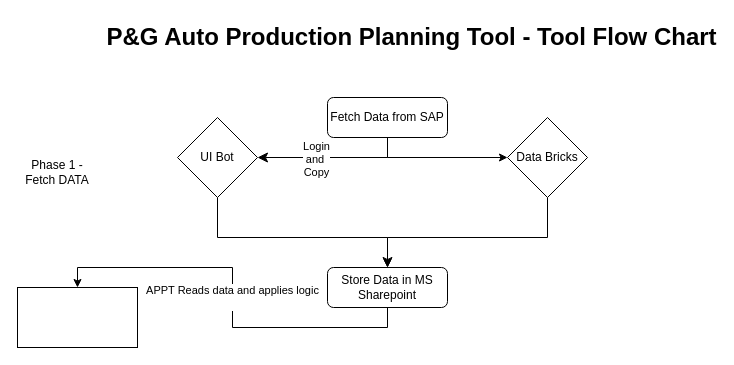
Earlier version of the draw.io diagram PG-APPT.drawio (Aetheradix/PG-AutoProdTool). Source tidied: cells renumbered, new cells numbered last; positions are measured from the earlier drawing's top-left corner, leaving out a move shared by most shapes. Both pictures are drawn from the tidied source at 100%, with x=0, y=0 at pixel (17, 17).
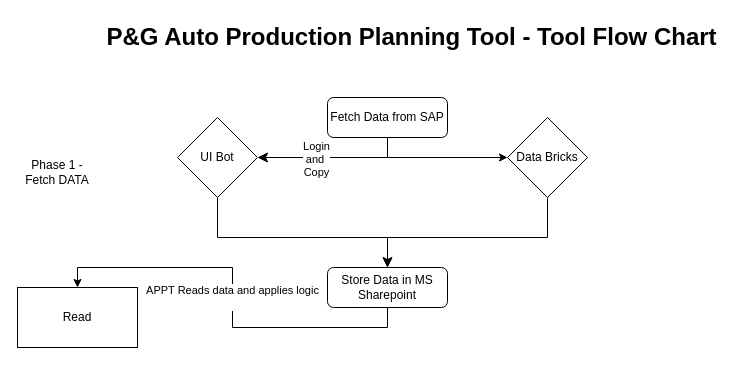
The same diagram, later.

Commit message:
Add label 'Read' to diagram cell

Updated the PG-APPT.drawio file to add the label 'Read' to a previously unlabeled cell, improving clarity in the diagram.

Change to the diagram source:
```diff
@@
 <mxGraphModel>
   <root>
     <mxCell id="0" />
     <mxCell id="1" parent="0" />
     <mxCell id="2" style="rounded=0;html=1;jettySize=auto;fontSize=11;endArrow=classic;endFill=1;endSize=8;strokeWidth=1;shadow=0;labelBackgroundColor=none;edgeStyle=orthogonalEdgeStyle;entryX=0.5;entryY=0;entryDx=0;entryDy=0;" parent="1" edge="1" source="9" target="13">
       <mxGeometry relative="1" as="geometry">
         <Array as="points">
           <mxPoint x="200" y="220" />
           <mxPoint x="370" y="220" />
         </Array>
       </mxGeometry>
     </mxCell>
     <mxCell id="3" style="edgeStyle=orthogonalEdgeStyle;rounded=0;jettySize=auto;html=1;exitX=0.5;exitY=1;exitDx=0;exitDy=0;entryX=0;entryY=0.5;entryDx=0;entryDy=0;" parent="1" edge="1" source="4" target="11">
       <mxGeometry relative="1" as="geometry" />
     </mxCell>
     <mxCell id="4" value="Fetch Data from SAP" style="rounded=1;whiteSpace=wrap;html=1;fontSize=12;glass=0;strokeWidth=1;shadow=0;" parent="1" vertex="1">
       <mxGeometry x="310" y="80" width="120" height="40" as="geometry" />
     </mxCell>
     <mxCell id="5" value="P&amp;amp;G Auto Production Planning Tool - Tool Flow Chart" style="text;strokeColor=none;fillColor=none;html=1;fontSize=24;fontStyle=1;verticalAlign=middle;align=center;" parent="1" vertex="1">
       <mxGeometry x="344" width="100" height="40" as="geometry" />
     </mxCell>
     <mxCell id="6" value="Phase 1 - Fetch DATA" style="text;html=1;whiteSpace=wrap;strokeColor=none;fillColor=none;align=center;verticalAlign=middle;rounded=0;" parent="1" vertex="1">
       <mxGeometry y="140" width="80" height="30" as="geometry" />
     </mxCell>
     <mxCell id="7" style="rounded=0;html=1;jettySize=auto;fontSize=11;endArrow=classic;endFill=1;endSize=8;strokeWidth=1;shadow=0;labelBackgroundColor=none;edgeStyle=orthogonalEdgeStyle;" parent="1" edge="1" source="4" target="9">
       <mxGeometry relative="1" as="geometry">
         <Array as="points">
           <mxPoint x="370" y="140" />
         </Array>
       </mxGeometry>
     </mxCell>
     <mxCell id="8" value="Login&lt;div&gt;and&amp;nbsp;&lt;/div&gt;&lt;div&gt;Copy&lt;/div&gt;" style="edgeLabel;html=1;align=center;verticalAlign=middle;" parent="7" vertex="1">
       <mxGeometry x="0.23" y="1" relative="1" as="geometry" />
     </mxCell>
     <mxCell id="9" value="UI Bot" style="rhombus;whiteSpace=wrap;html=1;" parent="1" vertex="1">
       <mxGeometry x="160" y="100" width="80" height="80" as="geometry" />
     </mxCell>
     <mxCell id="10" style="edgeStyle=orthogonalEdgeStyle;rounded=0;jettySize=auto;html=1;entryX=0.5;entryY=0;entryDx=0;entryDy=0;endArrow=classic;endFill=1;" parent="1" edge="1" source="11" target="13">
       <mxGeometry relative="1" as="geometry">
         <Array as="points">
           <mxPoint x="530" y="220" />
           <mxPoint x="370" y="220" />
         </Array>
       </mxGeometry>
     </mxCell>
     <mxCell id="11" value="Data Bricks" style="rhombus;whiteSpace=wrap;html=1;" parent="1" vertex="1">
       <mxGeometry x="490" y="100" width="80" height="80" as="geometry" />
     </mxCell>
     <mxCell id="12" value="APPT Reads data and applies logic&lt;div&gt;&lt;br&gt;&lt;/div&gt;" style="edgeStyle=orthogonalEdgeStyle;rounded=0;jettySize=auto;html=1;exitX=0.5;exitY=1;exitDx=0;exitDy=0;entryX=0.5;entryY=0;entryDx=0;entryDy=0;" parent="1" edge="1" source="13" target="14">
       <mxGeometry relative="1" as="geometry" />
     </mxCell>
     <mxCell id="13" value="Store Data in MS Sharepoint" style="rounded=1;whiteSpace=wrap;html=1;fontSize=12;glass=0;strokeWidth=1;shadow=0;" parent="1" vertex="1">
       <mxGeometry x="310" y="250" width="120" height="40" as="geometry" />
     </mxCell>
-    <mxCell id="14" style="rounded=0;whiteSpace=wrap;html=1;" parent="1" vertex="1">
+    <mxCell id="14" value="Read" style="rounded=0;whiteSpace=wrap;html=1;" parent="1" vertex="1">
       <mxGeometry y="270" width="120" height="60" as="geometry" />
     </mxCell>
   </root>
 </mxGraphModel>
```
